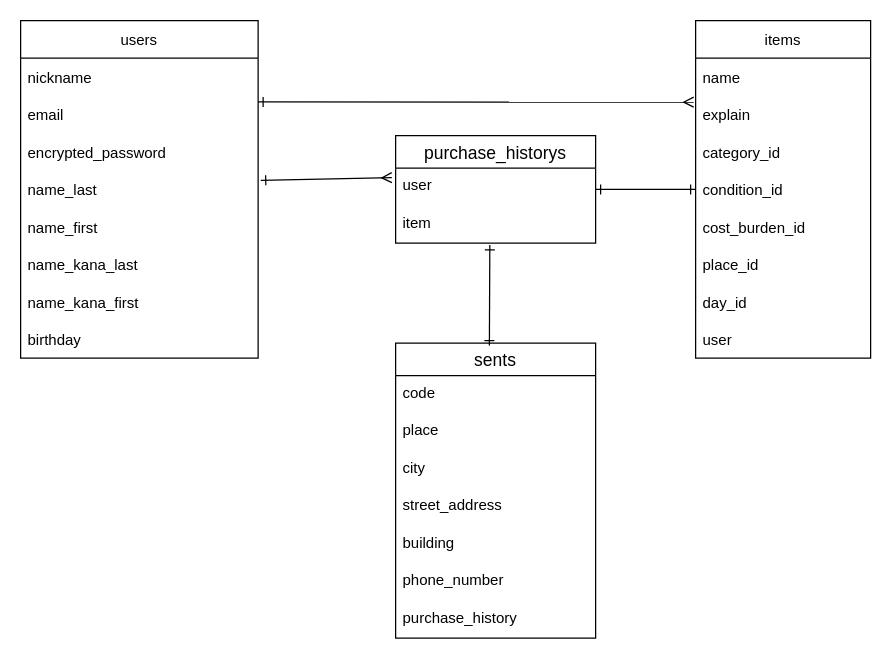
morimonchan/furima-38403 keeps this draw.io diagram as .dio. Above is the earlier version. Source tidied: cells renumbered, new cells numbered last; positions are measured from the earlier drawing's top-left corner, leaving out a move shared by most shapes. Both pictures are drawn from the tidied source at 125%, with x=0, y=0 at pixel (20, 20).
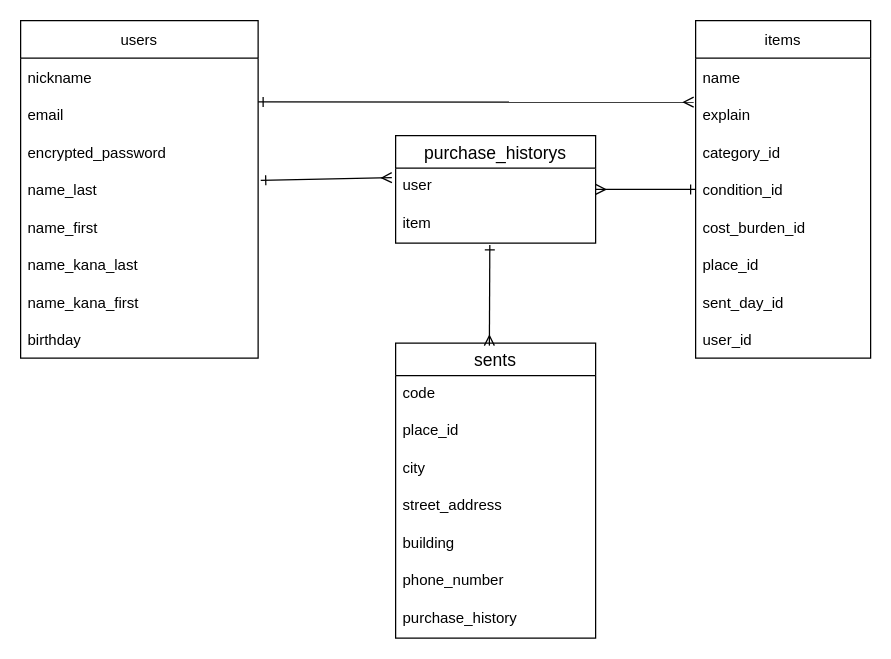
The same diagram, later.

Commit message (it also covers changes not shown here):
ER図,README修正④

Unchanged cells that the change refers to:
```xml
<mxCell id="2" value="items" style="swimlane;fontStyle=0;horizontal=1;startSize=30;" parent="1" vertex="1">
  <mxGeometry x="540" width="140" height="270" as="geometry" />
</mxCell>
<mxCell id="6" value="condition_id" style="text;strokeColor=none;fillColor=none;align=left;verticalAlign=middle;spacingLeft=4;spacingRight=4;overflow=hidden;points=[[0,0.5],[1,0.5]];portConstraint=eastwest;" parent="2" vertex="1">
  <mxGeometry y="120" width="140" height="30" as="geometry" />
</mxCell>
<mxCell id="23" value="sents" style="swimlane;fontStyle=0;horizontal=1;startSize=26;align=center;fontSize=14;" parent="1" vertex="1">
  <mxGeometry x="300" y="258" width="160" height="236" as="geometry" />
</mxCell>
<mxCell id="32" value="purchase_historys" style="swimlane;fontStyle=0;horizontal=1;startSize=26;align=center;fontSize=14;" parent="1" vertex="1">
  <mxGeometry x="300" y="92" width="160" height="86" as="geometry" />
</mxCell>
<mxCell id="34" value="item" style="text;strokeColor=none;fillColor=none;spacingLeft=4;spacingRight=4;overflow=hidden;points=[[0,0.5],[1,0.5]];portConstraint=eastwest;fontSize=12;" parent="32" vertex="1">
  <mxGeometry y="56" width="160" height="30" as="geometry" />
</mxCell>
```

Diff of the diagram source:
```diff
@@
-    <mxCell id="9" value="day_id" style="text;strokeColor=none;fillColor=none;align=left;verticalAlign=middle;spacingLeft=4;spacingRight=4;overflow=hidden;" parent="2" vertex="1">
+    <mxCell id="9" value="sent_day_id" style="text;strokeColor=none;fillColor=none;align=left;verticalAlign=middle;spacingLeft=4;spacingRight=4;overflow=hidden;" parent="2" vertex="1">
       <mxGeometry y="210" width="140" height="30" as="geometry" />
     </mxCell>
-    <mxCell id="10" value="user" style="text;strokeColor=none;fillColor=none;align=left;verticalAlign=middle;spacingLeft=4;spacingRight=4;overflow=hidden;" parent="2" vertex="1">
+    <mxCell id="10" value="user_id" style="text;strokeColor=none;fillColor=none;align=left;verticalAlign=middle;spacingLeft=4;spacingRight=4;overflow=hidden;" parent="2" vertex="1">
       <mxGeometry y="240" width="140" height="30" as="geometry" />
     </mxCell>
@@
-    <mxCell id="21" style="edgeStyle=none;html=1;startArrow=ERone;startFill=0;endArrow=ERone;endFill=0;exitX=0;exitY=0.5;exitDx=0;exitDy=0;" parent="1" edge="1" source="6" target="32">
+    <mxCell id="21" style="edgeStyle=none;html=1;startArrow=ERone;startFill=0;endArrow=ERmany;endFill=0;exitX=0;exitY=0.5;exitDx=0;exitDy=0;" parent="1" edge="1" source="6" target="32">
       <mxGeometry relative="1" as="geometry" />
     </mxCell>
@@
-    <mxCell id="25" value="place" style="text;strokeColor=none;fillColor=none;spacingLeft=4;spacingRight=4;overflow=hidden;fontSize=12;" parent="23" vertex="1">
+    <mxCell id="25" value="place_id" style="text;strokeColor=none;fillColor=none;spacingLeft=4;spacingRight=4;overflow=hidden;fontSize=12;" parent="23" vertex="1">
       <mxGeometry y="56" width="160" height="30" as="geometry" />
     </mxCell>
@@
-    <mxCell id="31" style="edgeStyle=none;html=1;startArrow=ERone;startFill=0;endArrow=ERone;endFill=0;entryX=0.471;entryY=1.047;entryDx=0;entryDy=0;entryPerimeter=0;" parent="1" edge="1" target="34">
+    <mxCell id="31" style="edgeStyle=none;html=1;startArrow=ERmany;startFill=0;endArrow=ERone;endFill=0;entryX=0.471;entryY=1.047;entryDx=0;entryDy=0;entryPerimeter=0;" parent="1" edge="1" target="34">
       <mxGeometry relative="1" as="geometry">
         <mxPoint x="375" y="260" as="sourcePoint" />
       </mxGeometry>
     </mxCell>
```
